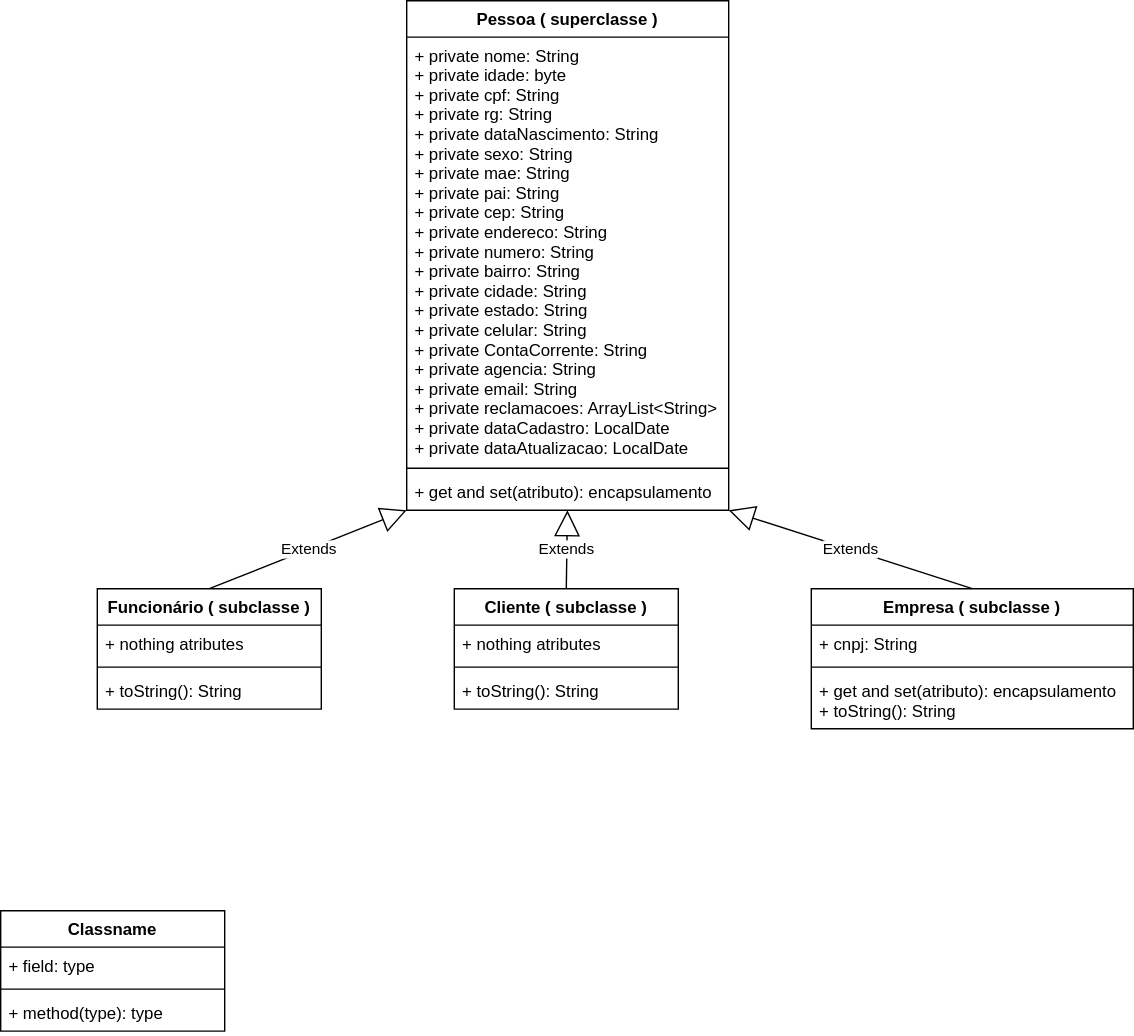
Above: Diagrama sem nome.drawio.svg in ArthurEstevan/redesenvolvimento-conta-bancaria-v2.0 (draw.io), before the change. Source tidied: cells renumbered, new cells last; positions are measured from the earlier drawing's top-left corner, leaving out a move shared by most shapes.
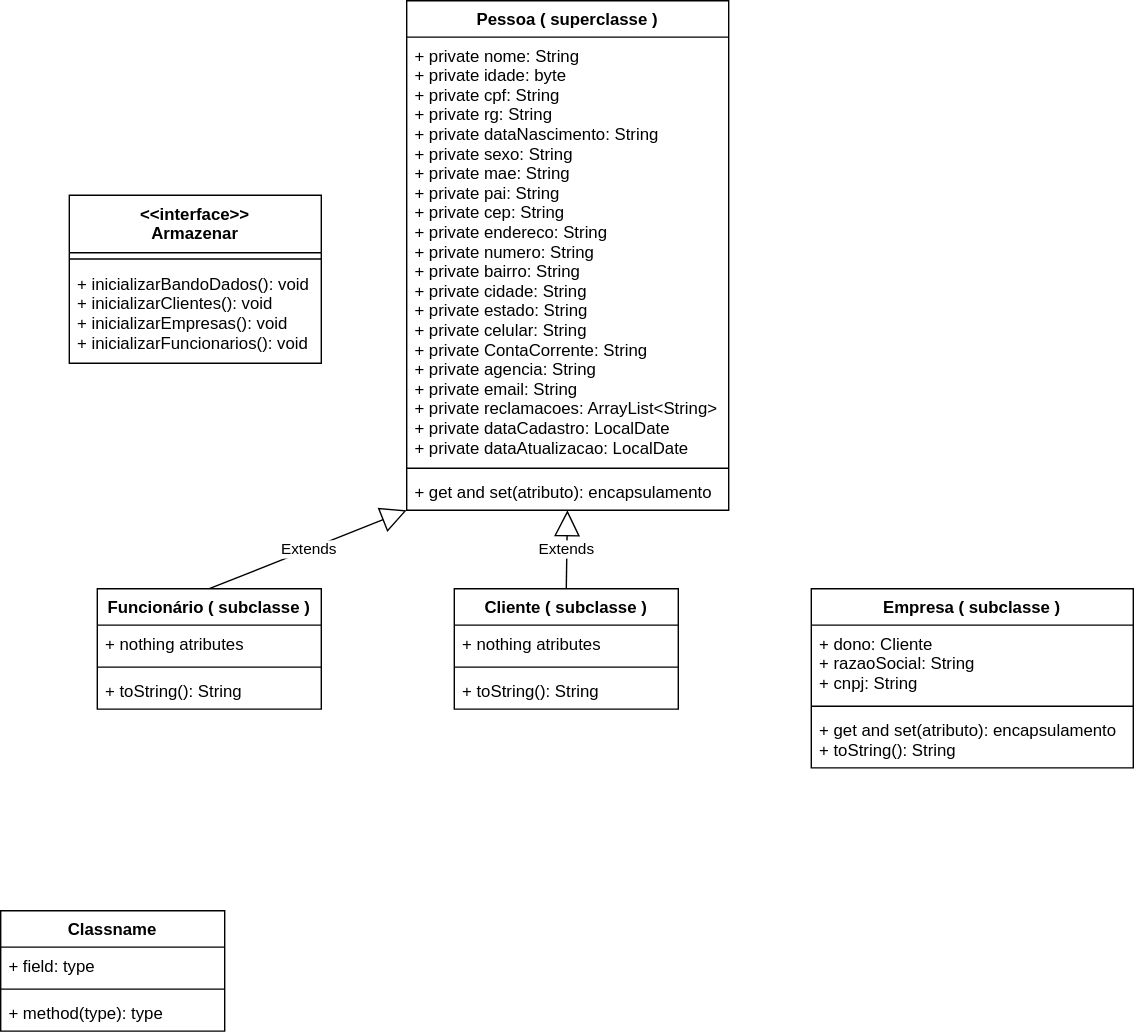
After the change.

Commit message:
diagrama-conta-bancaria-2-4

What changed in the source:
```diff
@@ -39,16 +39,16 @@
       <mxGeometry y="60" width="160" height="26" as="geometry" />
     </mxCell>
     <mxCell id="14" value="Empresa ( subclasse )" style="swimlane;fontStyle=1;align=center;verticalAlign=top;horizontal=1;startSize=26;" parent="1" vertex="1">
-      <mxGeometry x="579" y="420" width="230" height="100" as="geometry" />
+      <mxGeometry x="579" y="420" width="230" height="128" as="geometry" />
     </mxCell>
-    <mxCell id="15" value="+ cnpj: String" style="text;strokeColor=none;fillColor=none;align=left;verticalAlign=top;spacingLeft=4;spacingRight=4;overflow=hidden;" parent="14" vertex="1">
-      <mxGeometry y="26" width="230" height="26" as="geometry" />
+    <mxCell id="15" value="+ dono: Cliente&#10;+ razaoSocial: String&#10;+ cnpj: String" style="text;strokeColor=none;fillColor=none;align=left;verticalAlign=top;spacingLeft=4;spacingRight=4;overflow=hidden;" parent="14" vertex="1">
+      <mxGeometry y="26" width="230" height="54" as="geometry" />
     </mxCell>
     <mxCell id="16" style="line;strokeWidth=1;fillColor=none;align=left;verticalAlign=middle;spacingTop=-1;spacingLeft=3;spacingRight=3;labelPosition=right;" parent="14" vertex="1">
-      <mxGeometry y="52" width="230" height="8" as="geometry" />
+      <mxGeometry y="80" width="230" height="8" as="geometry" />
     </mxCell>
     <mxCell id="17" value="+ get and set(atributo): encapsulamento&#10;+ toString(): String" style="text;strokeColor=none;fillColor=none;align=left;verticalAlign=top;spacingLeft=4;spacingRight=4;overflow=hidden;" parent="14" vertex="1">
-      <mxGeometry y="60" width="230" height="40" as="geometry" />
+      <mxGeometry y="88" width="230" height="40" as="geometry" />
     </mxCell>
     <mxCell id="18" value="Cliente ( subclasse )" style="swimlane;fontStyle=1;align=center;verticalAlign=top;horizontal=1;startSize=26;" parent="1" vertex="1">
       <mxGeometry x="324" y="420" width="160" height="86" as="geometry" />
@@ -68,8 +68,14 @@
     <mxCell id="23" value="Extends" style="endArrow=block;endSize=16;endFill=0;html=1;rounded=0;exitX=0.5;exitY=0;exitDx=0;exitDy=0;" parent="1" edge="1" source="18" target="5">
       <mxGeometry relative="1" as="geometry" />
     </mxCell>
-    <mxCell id="24" value="Extends" style="endArrow=block;endSize=16;endFill=0;html=1;rounded=0;exitX=0.5;exitY=0;exitDx=0;exitDy=0;entryX=1;entryY=1;entryDx=0;entryDy=0;" parent="1" edge="1" source="14" target="2">
-      <mxGeometry relative="1" as="geometry" />
-    </mxCell>
+    <mxCell id="25" value="&lt;&lt;interface&gt;&gt;&#10;Armazenar" style="swimlane;fontStyle=1;align=center;verticalAlign=top;horizontal=1;startSize=41;" parent="1" vertex="1">
+      <mxGeometry x="49" y="139" width="180" height="120" as="geometry" />
+    </mxCell>
+    <mxCell id="26" style="line;strokeWidth=1;fillColor=none;align=left;verticalAlign=middle;spacingTop=-1;spacingLeft=3;spacingRight=3;labelPosition=right;" parent="25" vertex="1">
+      <mxGeometry y="41" width="180" height="9" as="geometry" />
+    </mxCell>
+    <mxCell id="27" value="+ inicializarBandoDados(): void&#10;+ inicializarClientes(): void&#10;+ inicializarEmpresas(): void&#10;+ inicializarFuncionarios(): void&#10;" style="text;strokeColor=none;fillColor=none;align=left;verticalAlign=top;spacingLeft=4;spacingRight=4;overflow=hidden;" parent="25" vertex="1">
+      <mxGeometry y="50" width="180" height="70" as="geometry" />
+    </mxCell>
   </root>
 </mxGraphModel>
```
